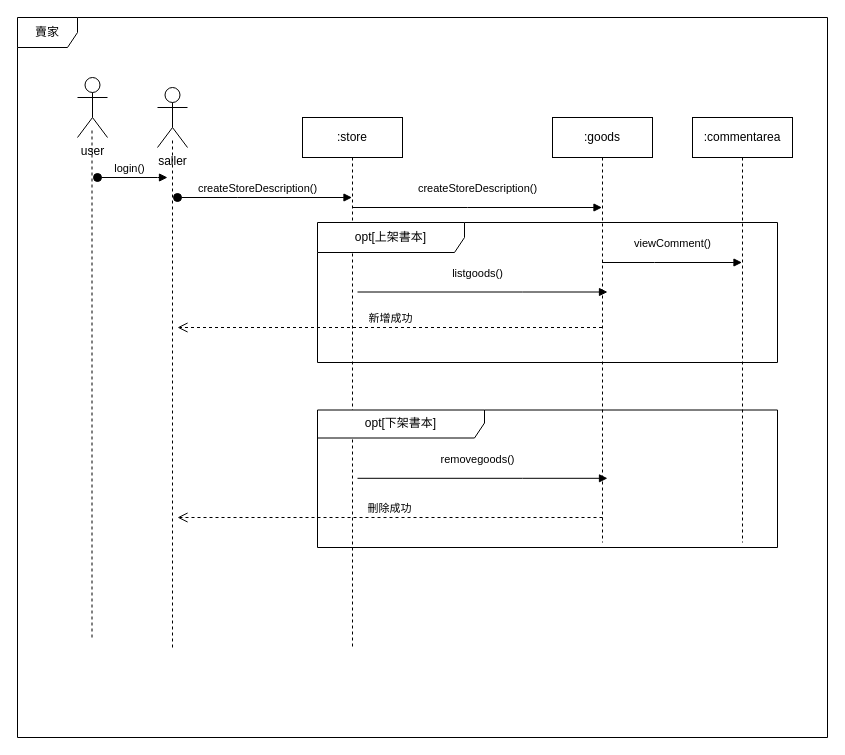
Before: diagrams/sequensDiagram-賣家.drawio in SparrowTen/OpenShop, a draw.io diagram. Source tidied: cells renumbered, new cells numbered last; positions are measured from the earlier drawing's top-left corner, leaving out a move shared by most shapes. Both pictures are drawn from the tidied source at 100%, with x=0, y=0 at pixel (17, 17).
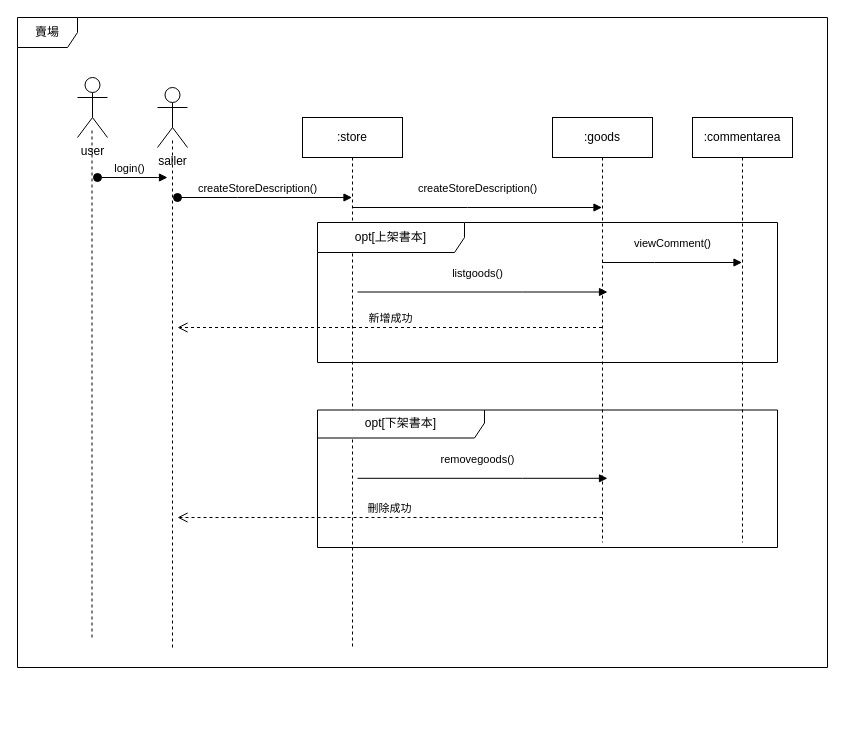
Above is the later version.

What changed in the source:
```diff
@@
-    <mxCell id="8" value="賣家" style="shape=umlFrame;whiteSpace=wrap;html=1;" parent="1" vertex="1">
-      <mxGeometry width="810" height="720" as="geometry" />
+    <mxCell id="8" value="賣場" style="shape=umlFrame;whiteSpace=wrap;html=1;" parent="1" vertex="1">
+      <mxGeometry width="810" height="650" as="geometry" />
     </mxCell>
```
